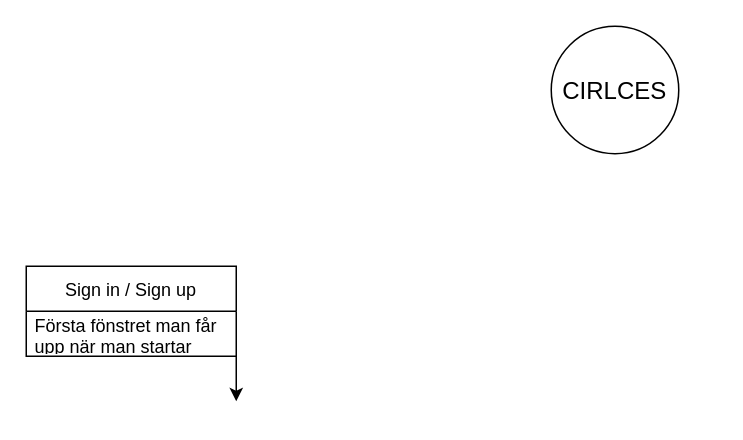
Above: Diagrams/mindmap.drawio in johanbergfalk/DAT055_circles (draw.io), before the change. Source tidied: cells renumbered, new cells numbered last; positions are measured from the earlier drawing's top-left corner, leaving out a move shared by most shapes. Both pictures are drawn from the tidied source at 150%, with x=0, y=0 at pixel (26, 26).
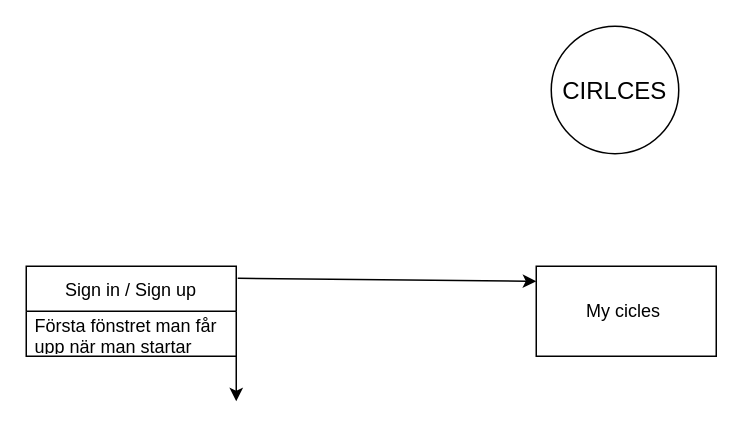
Above is the later version.

What changed in the source:
```diff
@@
 <mxGraphModel>
   <root>
     <mxCell id="0" />
     <mxCell id="1" parent="0" />
     <mxCell id="2" value="CIRLCES" style="ellipse;whiteSpace=wrap;html=1;rounded=0;fontSize=16;strokeColor=#000000;fillColor=#FFFFFF;" parent="1" vertex="1">
       <mxGeometry x="350" width="85" height="85" as="geometry" />
     </mxCell>
     <mxCell id="3" style="edgeStyle=orthogonalEdgeStyle;rounded=0;jettySize=auto;html=1;exitX=1;exitY=1;exitDx=0;exitDy=0;" parent="1" edge="1" source="4">
       <mxGeometry relative="1" as="geometry">
         <mxPoint x="140" y="250" as="targetPoint" />
       </mxGeometry>
     </mxCell>
     <mxCell id="4" value="Sign in / Sign up" style="swimlane;fontStyle=0;horizontal=1;startSize=30;" parent="1" vertex="1">
       <mxGeometry y="160" width="140" height="60" as="geometry" />
     </mxCell>
     <mxCell id="5" value="Första fönstret man får upp när man startar klienten. " style="text;strokeColor=none;fillColor=none;align=left;verticalAlign=middle;spacingLeft=4;spacingRight=4;overflow=hidden;whiteSpace=wrap;" parent="4" vertex="1">
       <mxGeometry y="30" width="140" height="30" as="geometry" />
     </mxCell>
+    <mxCell id="6" value="My cicles&amp;nbsp;&lt;br&gt;" style="rounded=0;whiteSpace=wrap;html=1;" parent="1" vertex="1">
+      <mxGeometry x="340" y="160" width="120" height="60" as="geometry" />
+    </mxCell>
+    <mxCell id="7" style="endArrow=classic;html=1;rounded=0;exitX=1.007;exitY=0.133;exitDx=0;exitDy=0;exitPerimeter=0;" parent="1" edge="1" source="4">
+      <mxGeometry relative="1" as="geometry">
+        <mxPoint x="340" y="170" as="targetPoint" />
+      </mxGeometry>
+    </mxCell>
   </root>
 </mxGraphModel>
```
